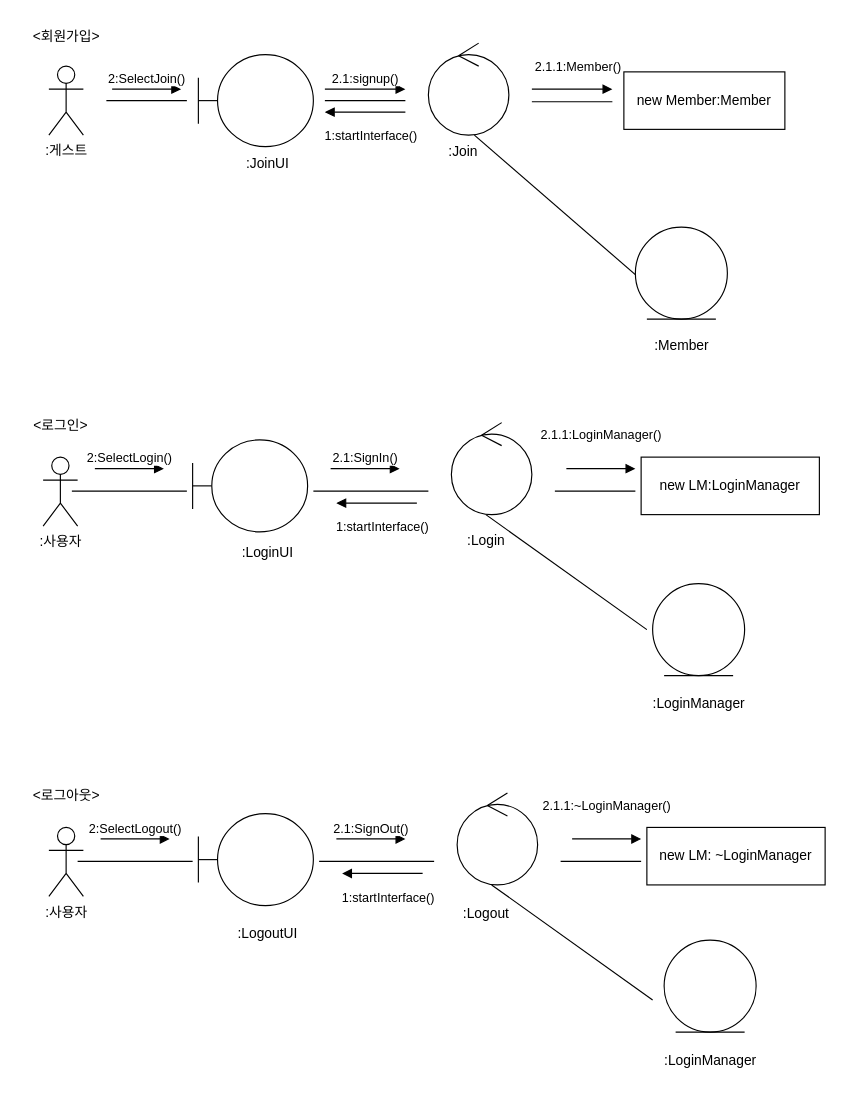
Before: page "페이지-1" (1 of 2) of 소공2차과제 커뮤니케이션 다이어그램.drawio.xml in nowOne2/se2ndAssignment, a draw.io diagram. Source tidied: cells renumbered, new cells numbered last; positions are measured from the earlier drawing's top-left corner, leaving out a move shared by most shapes. Both pictures are drawn from the tidied source at 115%, with x=0, y=0 at pixel (20, 20).
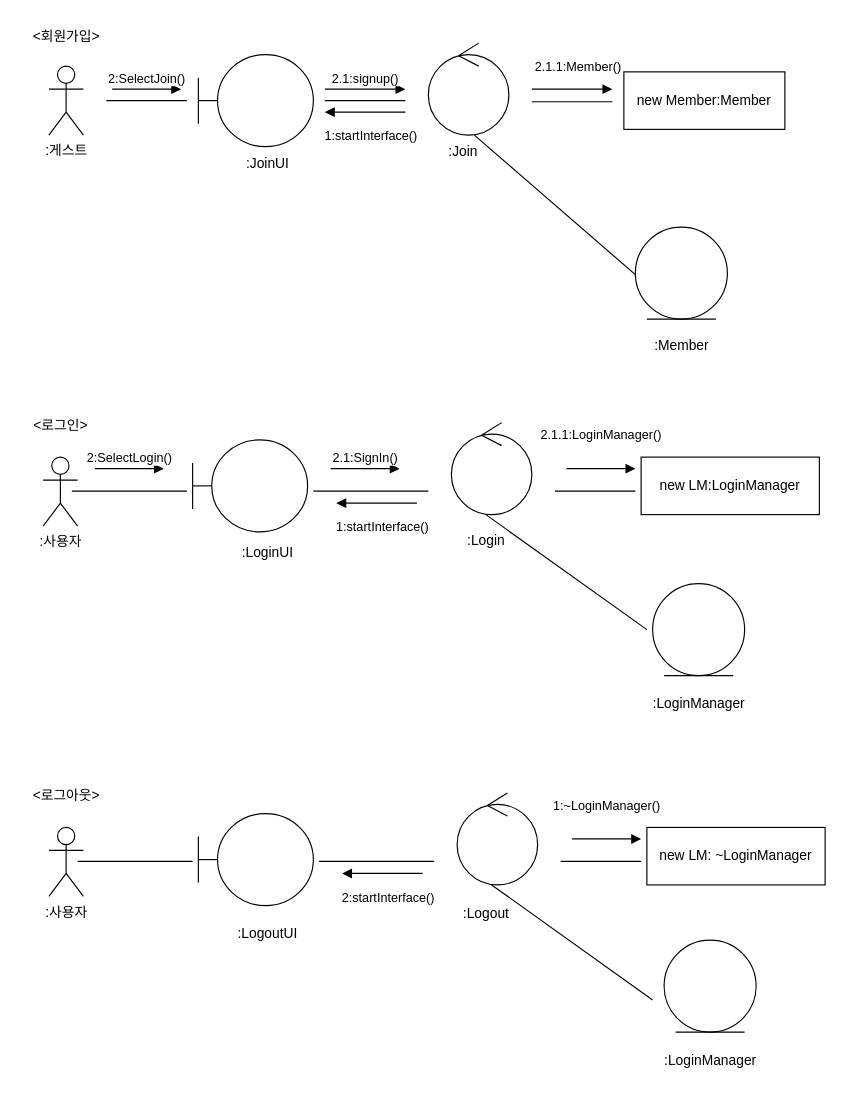
After the change.

What changed in the source:
```diff
@@
-    <mxCell id="31" value="1:startInterface()" style="html=1;verticalAlign=bottom;endArrow=block;curved=0;rounded=0;" parent="1" edge="1">
+    <mxCell id="31" value="2:startInterface()" style="html=1;verticalAlign=bottom;endArrow=block;curved=0;rounded=0;" parent="1" edge="1">
       <mxGeometry x="-0.14" y="30" relative="1" as="geometry">
         <mxPoint x="350" y="742" as="sourcePoint" />
         <mxPoint x="280" y="742" as="targetPoint" />
         <Array as="points">
           <mxPoint x="310" y="742" />
         </Array>
       </mxGeometry>
     </mxCell>
-    <mxCell id="32" value="2:SelectLogout()" style="html=1;verticalAlign=bottom;endArrow=block;curved=0;rounded=0;" parent="1" edge="1">
-      <mxGeometry relative="1" as="geometry">
-        <mxPoint x="70" y="712" as="sourcePoint" />
-        <mxPoint x="130" y="712" as="targetPoint" />
-      </mxGeometry>
-    </mxCell>
-    <mxCell id="33" value="2.1:SignOut()" style="html=1;verticalAlign=bottom;endArrow=block;curved=0;rounded=0;" parent="1" edge="1">
-      <mxGeometry relative="1" as="geometry">
-        <mxPoint x="275" y="712" as="sourcePoint" />
-        <mxPoint x="335" y="712" as="targetPoint" />
-      </mxGeometry>
-    </mxCell>
-    <mxCell id="34" value="2.1.1:~LoginManager()" style="html=1;verticalAlign=bottom;endArrow=block;curved=0;rounded=0;" parent="1" edge="1">
+    <mxCell id="34" value="1:~LoginManager()" style="html=1;verticalAlign=bottom;endArrow=block;curved=0;rounded=0;" parent="1" edge="1">
       <mxGeometry y="20" relative="1" as="geometry">
         <mxPoint x="480" y="712" as="sourcePoint" />
         <mxPoint x="540" y="712" as="targetPoint" />
       </mxGeometry>
     </mxCell>
```
